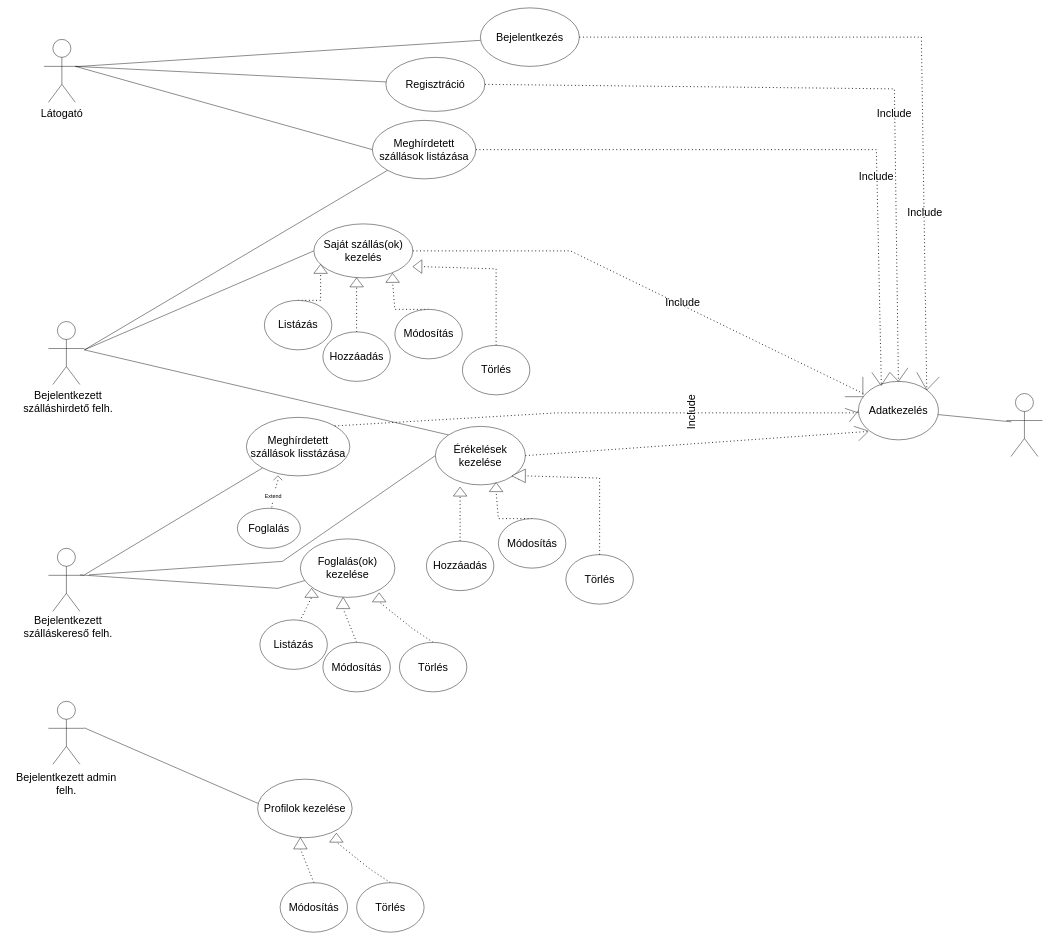
This is use-case.drawio from Kristofxz/Hostly, a draw.io file, before an edit. Source tidied: cells renumbered, new cells numbered last; positions are measured from the earlier drawing's top-left corner, leaving out a move shared by most shapes. Both pictures are drawn from the tidied source at 45%, with x=0, y=0 at pixel (8, 8).
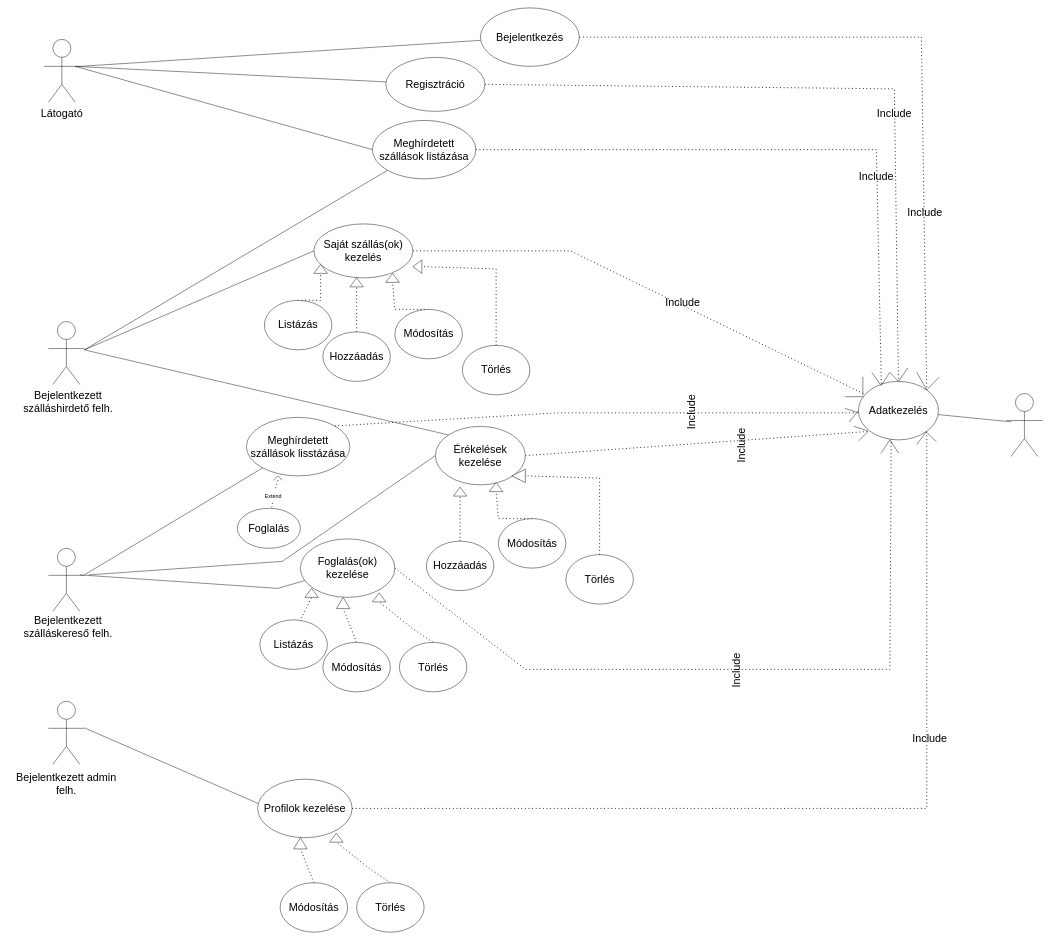
After the change.

Commit message:
use-case kész

The change refers to these unchanged cells:
```xml
<mxCell id="61" value="&lt;font style=&quot;font-size: 24px;&quot;&gt;Foglalás(ok) kezelése&lt;/font&gt;" style="ellipse;whiteSpace=wrap;html=1;" parent="1" vertex="1">
  <mxGeometry x="650" y="1180" width="210" height="130" as="geometry" />
</mxCell>
<mxCell id="72" value="&lt;font style=&quot;font-size: 24px;&quot;&gt;Profilok kezelése&lt;/font&gt;" style="ellipse;whiteSpace=wrap;html=1;" parent="1" vertex="1">
  <mxGeometry x="555" y="1714" width="210" height="130" as="geometry" />
</mxCell>
<mxCell id="93" value="&lt;font style=&quot;font-size: 24px;&quot;&gt;Adatkezelés&lt;/font&gt;" style="ellipse;whiteSpace=wrap;html=1;" parent="1" vertex="1">
  <mxGeometry x="1890" y="830" width="178" height="130" as="geometry" />
</mxCell>
```

Change to the diagram source:
```diff
@@
+    <mxCell id="117" value="&lt;font style=&quot;font-size: 24px;&quot;&gt;Include&lt;/font&gt;" style="text;html=1;align=center;verticalAlign=middle;whiteSpace=wrap;rounded=0;rotation=270;" parent="1" vertex="1">
+      <mxGeometry x="1600" y="957" width="60" height="30" as="geometry" />
+    </mxCell>
+    <mxCell id="118" style="endArrow=none;dashed=1;html=1;dashPattern=1 3;strokeWidth=2;rounded=0;exitX=1;exitY=0.5;exitDx=0;exitDy=0;entryX=0.41;entryY=0.985;entryDx=0;entryDy=0;entryPerimeter=0;" parent="1" edge="1" source="61" target="93">
+      <mxGeometry relative="1" as="geometry">
+        <Array as="points">
+          <mxPoint x="1150" y="1470" />
+          <mxPoint x="1960" y="1470" />
+        </Array>
+      </mxGeometry>
+    </mxCell>
+    <mxCell id="119" style="endArrow=none;html=1;rounded=0;" parent="1" edge="1">
+      <mxGeometry relative="1" as="geometry">
+        <mxPoint x="1940" y="990" as="sourcePoint" />
+        <mxPoint x="1960" y="960" as="targetPoint" />
+      </mxGeometry>
+    </mxCell>
+    <mxCell id="120" style="endArrow=none;html=1;rounded=0;" parent="1" edge="1">
+      <mxGeometry relative="1" as="geometry">
+        <mxPoint x="1980" y="990" as="sourcePoint" />
+        <mxPoint x="1960" y="960" as="targetPoint" />
+      </mxGeometry>
+    </mxCell>
+    <mxCell id="121" value="&lt;font style=&quot;font-size: 24px;&quot;&gt;Include&lt;/font&gt;" style="text;html=1;align=center;verticalAlign=middle;whiteSpace=wrap;rounded=0;rotation=270;" parent="1" vertex="1">
+      <mxGeometry x="1590" y="1457" width="60" height="30" as="geometry" />
+    </mxCell>
+    <mxCell id="122" style="endArrow=none;dashed=1;html=1;dashPattern=1 3;strokeWidth=2;rounded=0;exitX=1;exitY=0.5;exitDx=0;exitDy=0;entryX=1;entryY=1;entryDx=0;entryDy=0;" parent="1" edge="1" source="72" target="93">
+      <mxGeometry relative="1" as="geometry">
+        <Array as="points">
+          <mxPoint x="2042" y="1779" />
+        </Array>
+      </mxGeometry>
+    </mxCell>
+    <mxCell id="123" style="endArrow=none;html=1;rounded=0;entryX=1;entryY=1;entryDx=0;entryDy=0;" parent="1" edge="1" target="93">
+      <mxGeometry relative="1" as="geometry">
+        <mxPoint x="2020" y="970" as="sourcePoint" />
+      </mxGeometry>
+    </mxCell>
+    <mxCell id="124" style="endArrow=none;html=1;rounded=0;" parent="1" edge="1">
+      <mxGeometry relative="1" as="geometry">
+        <mxPoint x="2063" y="964" as="sourcePoint" />
+        <mxPoint x="2043" y="944" as="targetPoint" />
+      </mxGeometry>
+    </mxCell>
+    <mxCell id="125" value="&lt;font style=&quot;font-size: 24px;&quot;&gt;Include&lt;/font&gt;" style="text;html=1;align=center;verticalAlign=middle;whiteSpace=wrap;rounded=0;" parent="1" vertex="1">
+      <mxGeometry x="2019" y="1609" width="60" height="30" as="geometry" />
+    </mxCell>
```
